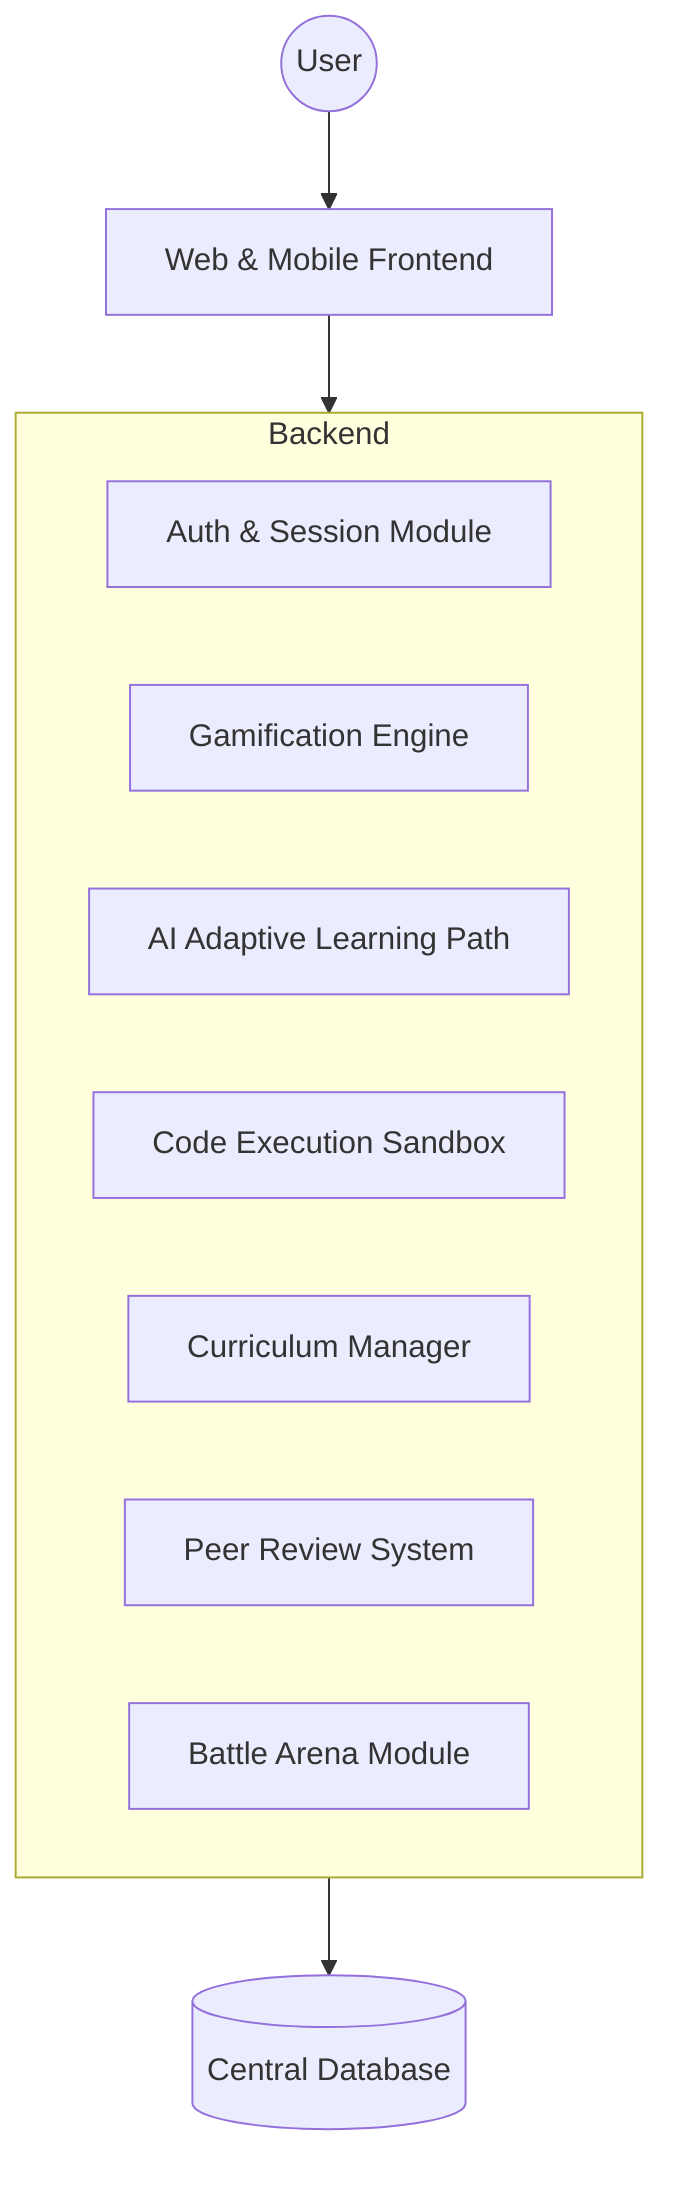
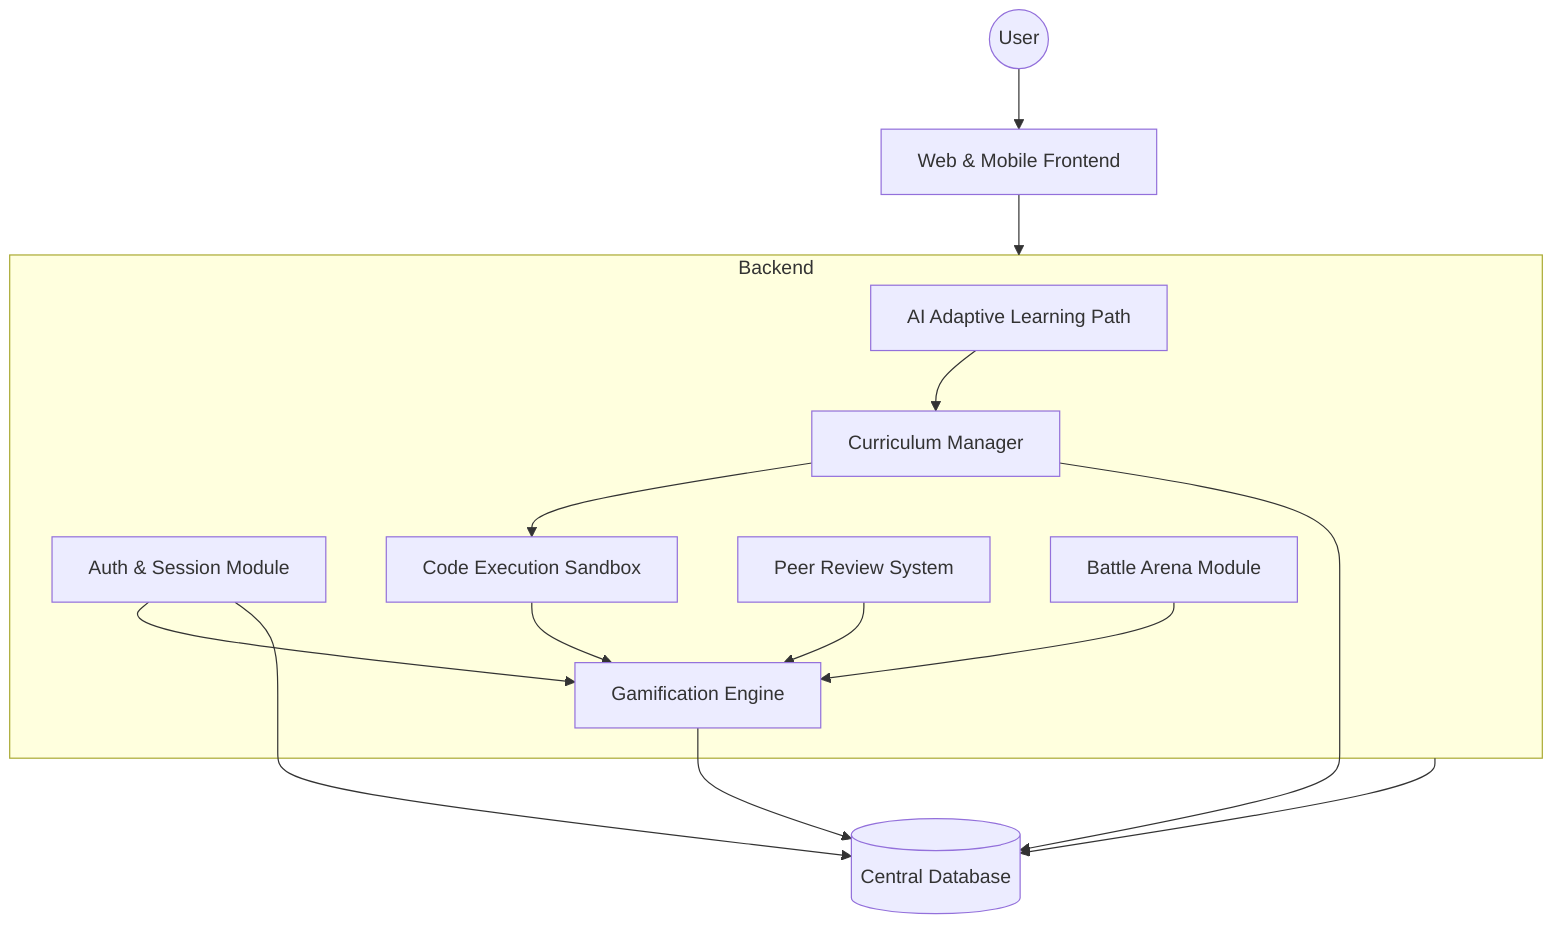
graph TD
  User((User)) --> Frontend[Web & Mobile Frontend]
  Frontend --> Backend[Monolithic Backend Server]

  subgraph Backend
    Auth[Auth & Session Module]
    Gami[Gamification Engine]
    AI[AI Adaptive Learning Path]
    Sandbox[Code Execution Sandbox]
    Curric[Curriculum Manager]
    Review[Peer Review System]
    Arena[Battle Arena Module]
+ 
+     %% Interactions within Monolith
+     Auth --> Gami
+     Curric --> Sandbox
+     Sandbox --> Gami
+     AI --> Curric
+     Arena --> Gami
+     Review --> Gami
  end

  Backend --> DB[(Central Database)]
+   Gami --> DB
+   Auth --> DB
+   Curric --> DB
